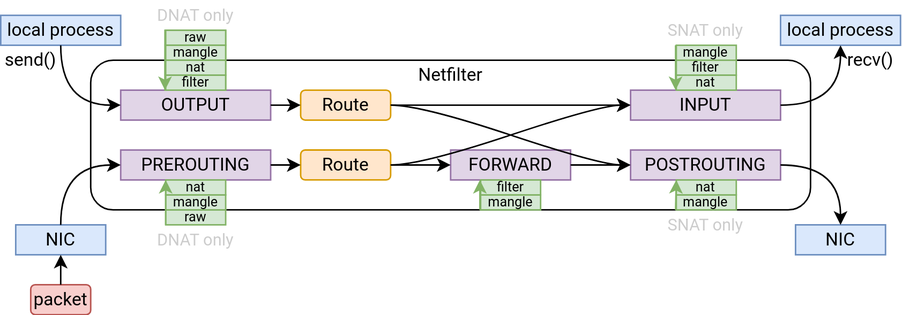
This is docs/images/netfilter-kernel-view-tables.svg from ustclug/Linux201-docs, a draw.io export, as it was before one commit. Source tidied: cells renumbered, new cells last; positions are measured from the earlier drawing's top-left corner, leaving out a move shared by most shapes.
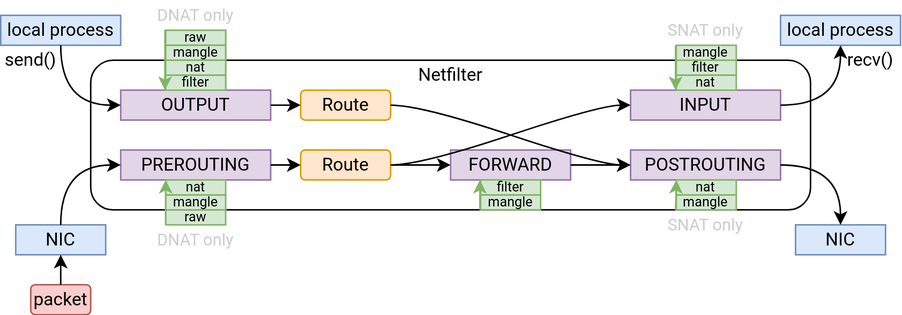
After the commit.

Change to the diagram source:
```diff
@@ -62,9 +62,6 @@
     <mxCell id="20" style="endArrow=classic;html=1;rounded=0;fontFamily=Roboto;fontSize=12;fontColor=default;exitX=1;exitY=0.5;exitDx=0;exitDy=0;entryX=0;entryY=0.5;entryDx=0;entryDy=0;" parent="1" edge="1" source="9" target="7">
       <mxGeometry relative="1" as="geometry" />
     </mxCell>
-    <mxCell id="21" style="endArrow=classic;html=1;rounded=0;fontFamily=Roboto;fontSize=12;fontColor=default;exitX=1;exitY=0.5;exitDx=0;exitDy=0;entryX=0;entryY=0.5;entryDx=0;entryDy=0;" parent="1" edge="1" source="8" target="4">
-      <mxGeometry relative="1" as="geometry" />
-    </mxCell>
     <mxCell id="22" style="endArrow=classic;html=1;rounded=0;fontFamily=Roboto;fontSize=12;fontColor=default;exitX=1;exitY=0.5;exitDx=0;exitDy=0;entryX=0;entryY=0.5;entryDx=0;entryDy=0;" parent="1" edge="1" source="7" target="6">
       <mxGeometry relative="1" as="geometry" />
     </mxCell>
```
